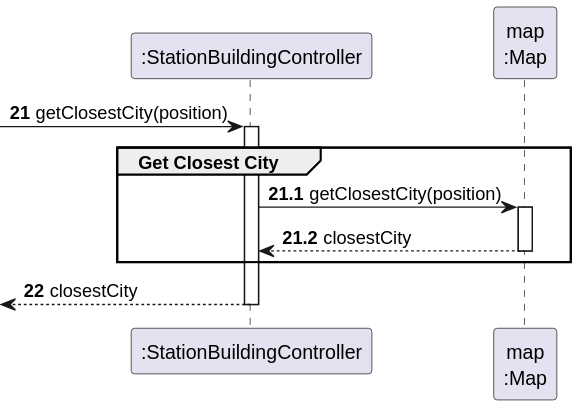
HenriqueSilva18/Railway-Network-Simulator keeps this PlantUML diagram as docs/system-documentation/Sprint 2/US05/03.design/svg/US05-SD-partial-get-closest-city-details.svg. Above is the earlier version.
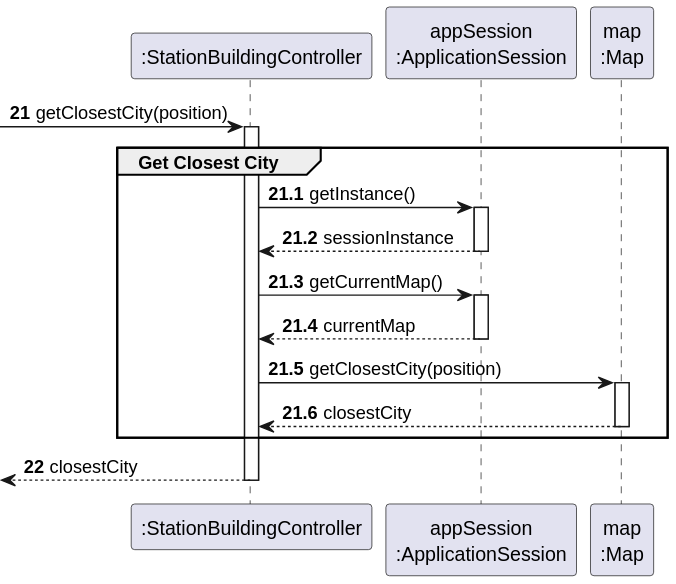
After the change.

The edit, as a diff of the source:
```diff
@@ -3,6 +3,7 @@
 skinparam shadowing false
 
 participant ":StationBuildingController" as CTRL
+participant "appSession\n:ApplicationSession" as APP_SESSION
 participant "map\n:Map" as MAP
 
 autonumber 21
@@ -11,9 +12,19 @@
 autonumber 21.1
 activate CTRL
     group Get Closest City
-        CTRL -> MAP : getClosestCity(position)
+        CTRL -> APP_SESSION: getInstance()
+        activate APP_SESSION
+            APP_SESSION --> CTRL: sessionInstance
+        deactivate APP_SESSION
+
+        CTRL -> APP_SESSION: getCurrentMap()
+        activate APP_SESSION
+            APP_SESSION --> CTRL: currentMap
+        deactivate APP_SESSION
+
+        CTRL -> MAP: getClosestCity(position)
         activate MAP
-            MAP --> CTRL : closestCity
+            MAP --> CTRL: closestCity
         deactivate MAP
     end
 
```
